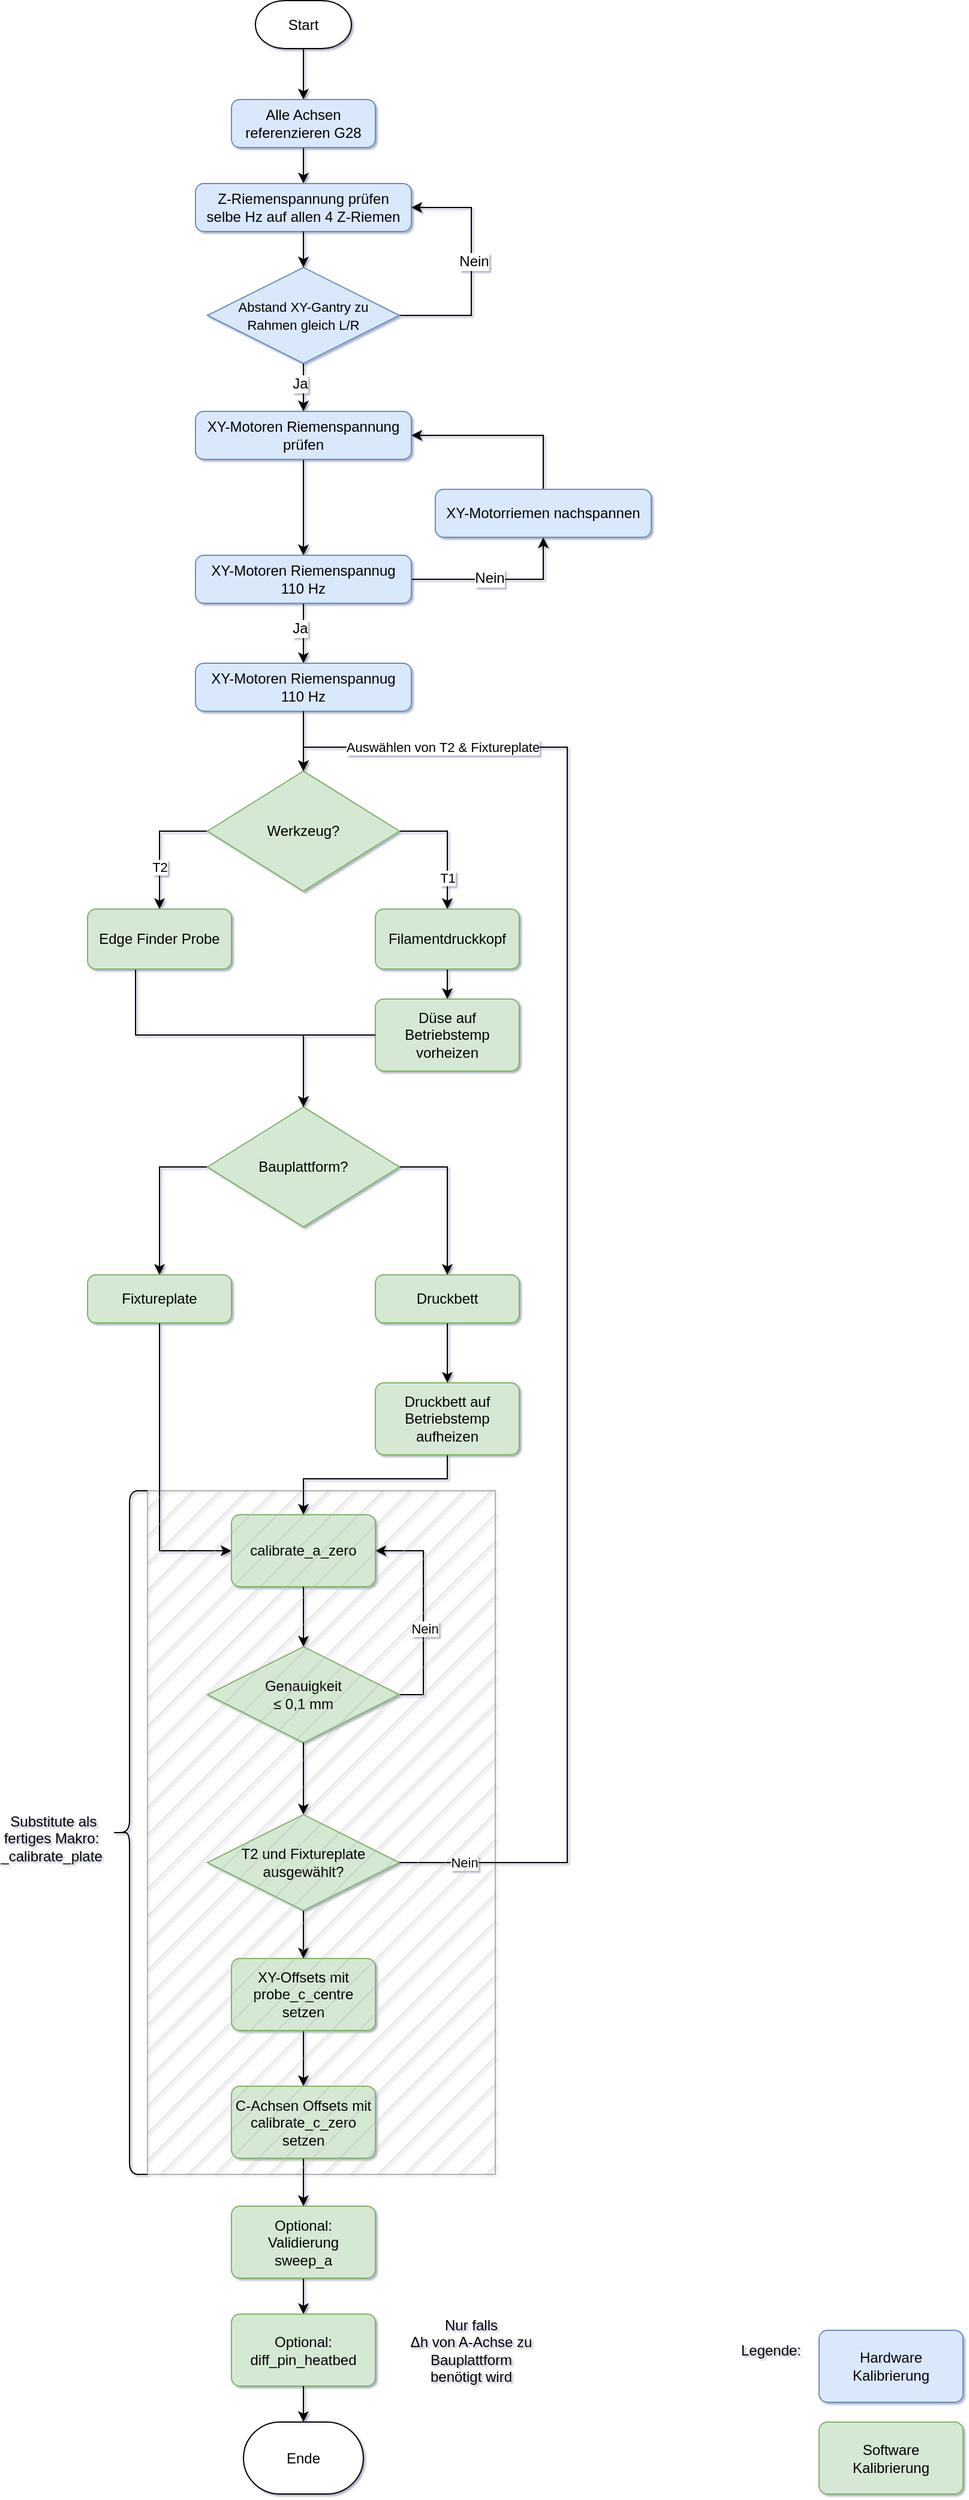
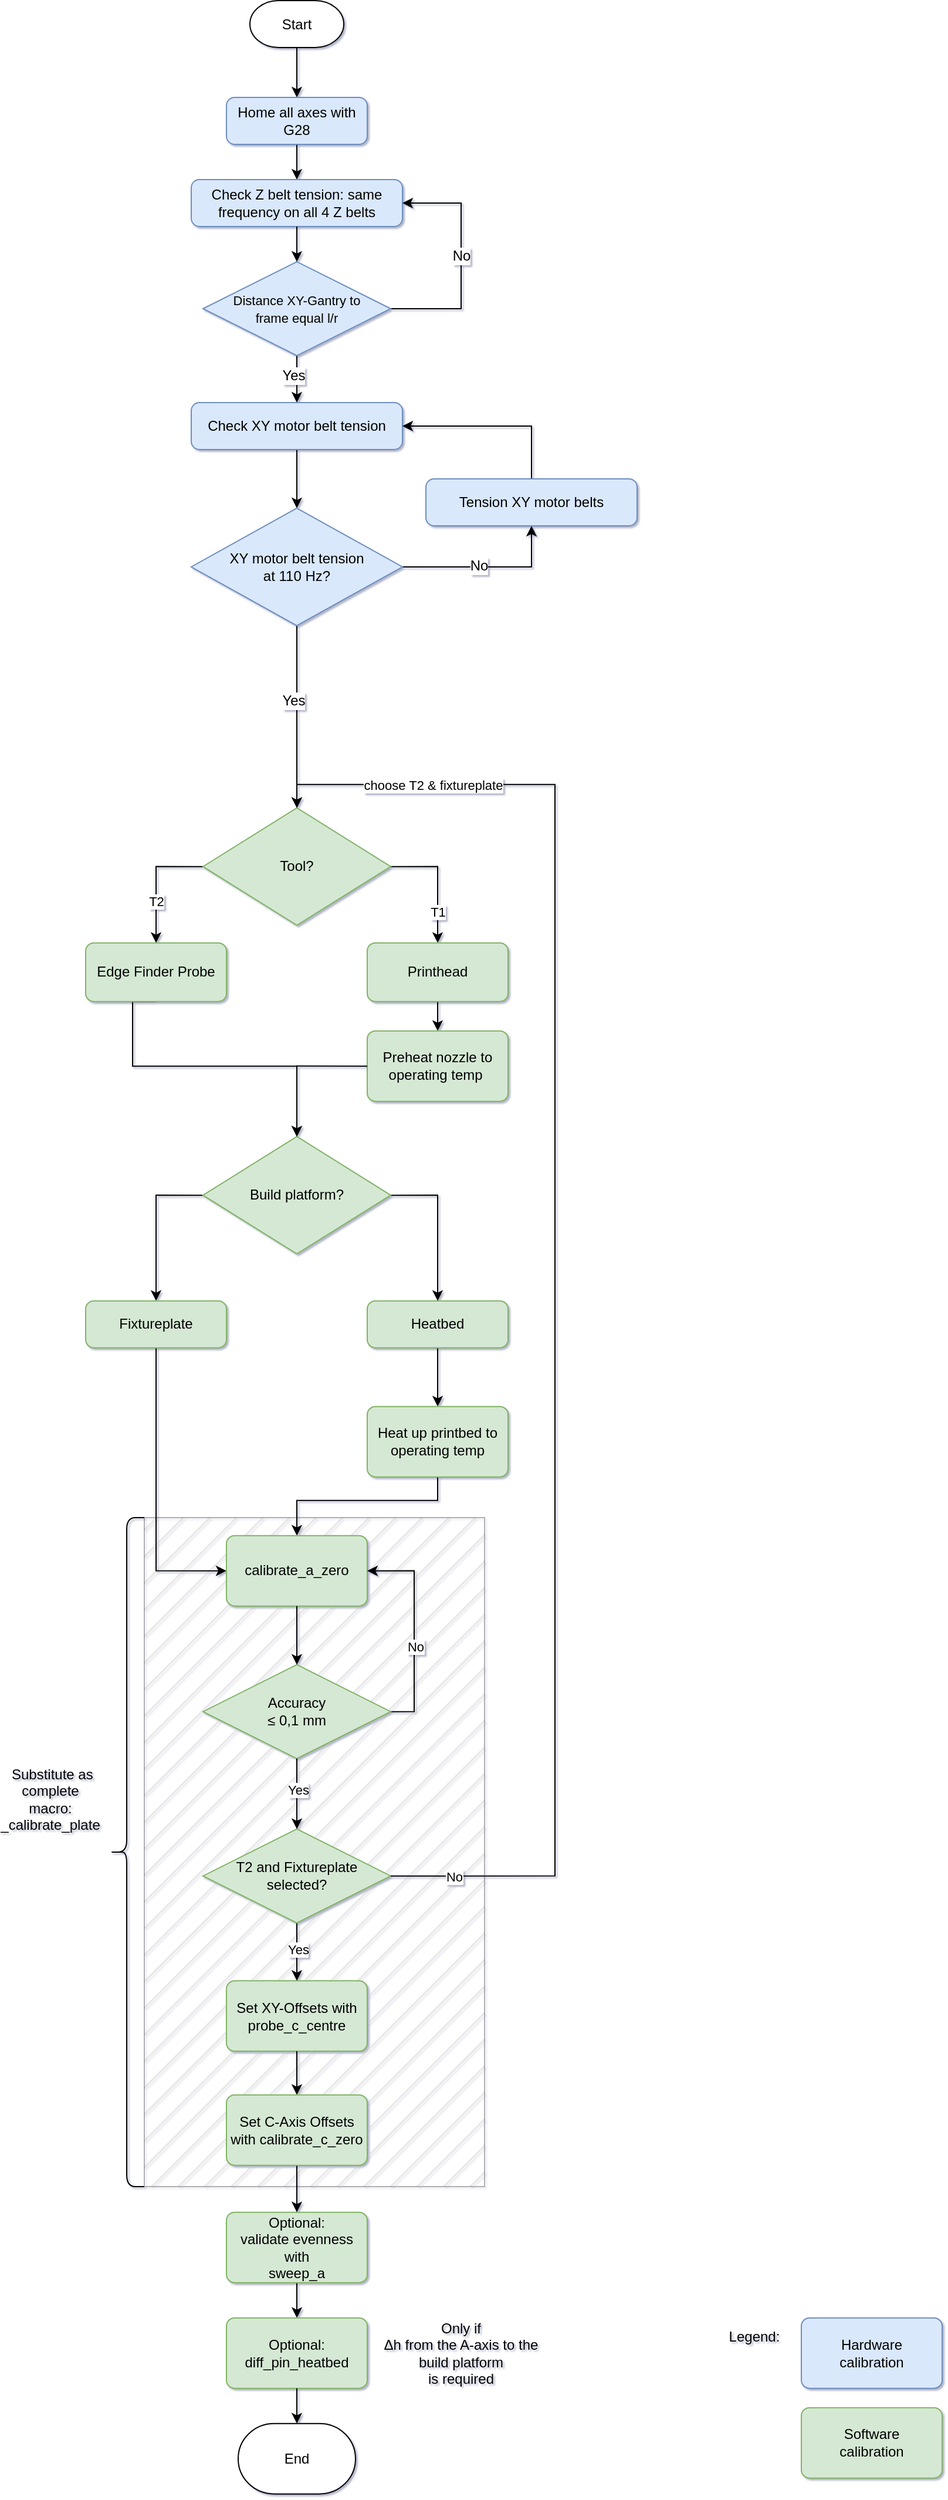
<mxfile host="app.diagrams.net" agent="5.0 (Windows NT 10.0; Win64; x64) AppleWebKit/537.36 (KHTML, like Gecko) Chrome/90.0.4430.212 Safari/537.36">
  <diagram name="Page-1" id="edf60f1a-56cd-e834-aa8a-f176f3a09ee4">
-     <mxGraphModel dx="1347" dy="740" grid="1" gridSize="10" guides="1" tooltips="1" connect="1" arrows="1" fold="1" page="1" pageScale="1" pageWidth="827" pageHeight="1169" background="none" math="0" shadow="1">
+     <mxGraphModel dx="1178" dy="648" grid="1" gridSize="10" guides="1" tooltips="1" connect="1" arrows="1" fold="1" page="1" pageScale="1" pageWidth="827" pageHeight="1169" background="none" math="0" shadow="1">
      <root>
        <mxCell id="0" />
        <mxCell id="1" parent="0" />
+         <mxCell id="FIi98QtTblRB16goCm3a-30" connectable="0" parent="1" style="group" value="" vertex="1">
+           <mxGeometry height="570" width="320" x="100" y="1370" as="geometry" />
+         </mxCell>
+         <mxCell id="FIi98QtTblRB16goCm3a-21" parent="FIi98QtTblRB16goCm3a-30" style="shape=curlyBracket;whiteSpace=wrap;html=1;rounded=1;labelPosition=left;verticalLabelPosition=middle;align=right;verticalAlign=middle;" value="" vertex="1">
+           <mxGeometry height="569.9999999999999" width="30" as="geometry" />
+         </mxCell>
+         <mxCell id="FIi98QtTblRB16goCm3a-29" parent="FIi98QtTblRB16goCm3a-30" style="whiteSpace=wrap;html=1;fillColor=#B3B3B3;fillStyle=hatch;gradientColor=none;opacity=30;noLabel=0;fixDash=0;container=0;dropTarget=0;" value="" vertex="1">
+           <mxGeometry height="569.9999999999999" width="290" x="30" as="geometry" />
+         </mxCell>
+         <mxCell id="yzWLUrRVBPCjE_x2O5sb-15" parent="FIi98QtTblRB16goCm3a-30" style="whiteSpace=wrap;html=1;strokeWidth=1;rounded=1;arcSize=14;absoluteArcSize=1;fillColor=#d5e8d4;strokeColor=#82b366;" value="Set XY-Offsets with&lt;div&gt;probe_c_centre&lt;/div&gt;" vertex="1">
+           <mxGeometry height="60" width="120" x="100" y="394.6700000000001" as="geometry" />
+         </mxCell>
        <mxCell id="6Rv4Ys9wquxRduYXBmIy-14" edge="1" parent="1" source="6Rv4Ys9wquxRduYXBmIy-1" style="edgeStyle=orthogonalEdgeStyle;rounded=0;orthogonalLoop=1;jettySize=auto;html=1;entryX=0.5;entryY=0;entryDx=0;entryDy=0;" target="_VjE9AJelsqWNRG-cR2B-2" value="">
          <mxGeometry relative="1" as="geometry">
            <mxPoint x="260" y="160" as="targetPoint" />
          </mxGeometry>
        </mxCell>
        <mxCell id="6Rv4Ys9wquxRduYXBmIy-1" parent="1" style="rounded=1;whiteSpace=wrap;html=1;strokeWidth=1;shape=mxgraph.flowchart.terminator;" value="Start" vertex="1">
          <mxGeometry height="40" width="80" x="220" y="77.5" as="geometry" />
        </mxCell>
        <mxCell id="_VjE9AJelsqWNRG-cR2B-6" edge="1" parent="1" source="_VjE9AJelsqWNRG-cR2B-2" style="edgeStyle=orthogonalEdgeStyle;rounded=0;orthogonalLoop=1;jettySize=auto;html=1;exitX=0.5;exitY=1;exitDx=0;exitDy=0;entryX=0.5;entryY=0;entryDx=0;entryDy=0;fontFamily=Helvetica;fontSize=12;fontColor=default;" target="_VjE9AJelsqWNRG-cR2B-5">
          <mxGeometry relative="1" as="geometry" />
        </mxCell>
-         <mxCell id="_VjE9AJelsqWNRG-cR2B-2" parent="1" style="rounded=1;whiteSpace=wrap;html=1;absoluteArcSize=1;arcSize=14;strokeWidth=1;strokeColor=#6c8ebf;align=center;verticalAlign=middle;fontFamily=Helvetica;fontSize=12;fillColor=#dae8fc;" value="Alle Achsen referenzieren G28" vertex="1">
+         <mxCell id="_VjE9AJelsqWNRG-cR2B-2" parent="1" style="rounded=1;whiteSpace=wrap;html=1;absoluteArcSize=1;arcSize=14;strokeWidth=1;strokeColor=#6c8ebf;align=center;verticalAlign=middle;fontFamily=Helvetica;fontSize=12;fillColor=#dae8fc;" value="Home all axes with G28" vertex="1">
          <mxGeometry height="40" width="120" x="200" y="160" as="geometry" />
        </mxCell>
-         <mxCell id="_VjE9AJelsqWNRG-cR2B-5" parent="1" style="rounded=1;whiteSpace=wrap;html=1;absoluteArcSize=1;arcSize=14;strokeWidth=1;strokeColor=#6c8ebf;align=center;verticalAlign=middle;fontFamily=Helvetica;fontSize=12;fillColor=#dae8fc;" value="Z-Riemenspannung prüfen&lt;div&gt;selbe Hz auf allen 4 Z-Riemen&lt;/div&gt;" vertex="1">
+         <mxCell id="_VjE9AJelsqWNRG-cR2B-5" parent="1" style="rounded=1;whiteSpace=wrap;html=1;absoluteArcSize=1;arcSize=14;strokeWidth=1;strokeColor=#6c8ebf;align=center;verticalAlign=middle;fontFamily=Helvetica;fontSize=12;fillColor=#dae8fc;" value="Check Z belt tension: same frequency on all 4 Z belts" vertex="1">
          <mxGeometry height="40" width="180" x="170" y="230" as="geometry" />
        </mxCell>
        <mxCell id="_VjE9AJelsqWNRG-cR2B-9" edge="1" parent="1" source="_VjE9AJelsqWNRG-cR2B-7" style="edgeStyle=orthogonalEdgeStyle;rounded=0;orthogonalLoop=1;jettySize=auto;html=1;exitX=1;exitY=0.5;exitDx=0;exitDy=0;exitPerimeter=0;entryX=1;entryY=0.5;entryDx=0;entryDy=0;fontFamily=Helvetica;fontSize=12;fontColor=default;" target="_VjE9AJelsqWNRG-cR2B-5">
          <mxGeometry relative="1" as="geometry">
            <Array as="points">
              <mxPoint x="400" y="340" />
              <mxPoint x="400" y="250" />
            </Array>
          </mxGeometry>
        </mxCell>
-         <mxCell id="_VjE9AJelsqWNRG-cR2B-10" connectable="0" parent="_VjE9AJelsqWNRG-cR2B-9" style="edgeLabel;html=1;align=center;verticalAlign=middle;resizable=0;points=[];rounded=1;strokeColor=default;strokeWidth=1;arcSize=14;absoluteArcSize=1;fontFamily=Helvetica;fontSize=12;fontColor=default;fillColor=default;" value="Nein" vertex="1">
+         <mxCell id="_VjE9AJelsqWNRG-cR2B-10" connectable="0" parent="_VjE9AJelsqWNRG-cR2B-9" style="edgeLabel;html=1;align=center;verticalAlign=middle;resizable=0;points=[];rounded=1;strokeColor=default;strokeWidth=1;arcSize=14;absoluteArcSize=1;fontFamily=Helvetica;fontSize=12;fontColor=default;fillColor=default;" value="No" vertex="1">
          <mxGeometry relative="1" x="0.0496" y="-2" as="geometry">
-             <mxPoint as="offset" />
+             <mxPoint x="-2" as="offset" />
          </mxGeometry>
        </mxCell>
        <mxCell id="_VjE9AJelsqWNRG-cR2B-12" edge="1" parent="1" source="_VjE9AJelsqWNRG-cR2B-7" style="edgeStyle=orthogonalEdgeStyle;rounded=0;orthogonalLoop=1;jettySize=auto;html=1;exitX=0.5;exitY=1;exitDx=0;exitDy=0;exitPerimeter=0;entryX=0.5;entryY=0;entryDx=0;entryDy=0;fontFamily=Helvetica;fontSize=12;fontColor=default;" target="_VjE9AJelsqWNRG-cR2B-16">
          <mxGeometry relative="1" as="geometry">
            <mxPoint x="260" y="430" as="targetPoint" />
          </mxGeometry>
        </mxCell>
-         <mxCell id="_VjE9AJelsqWNRG-cR2B-14" connectable="0" parent="_VjE9AJelsqWNRG-cR2B-12" style="edgeLabel;html=1;align=center;verticalAlign=middle;resizable=0;points=[];rounded=1;strokeColor=default;strokeWidth=1;arcSize=14;absoluteArcSize=1;fontFamily=Helvetica;fontSize=12;fontColor=default;fillColor=default;" value="Ja" vertex="1">
+         <mxCell id="_VjE9AJelsqWNRG-cR2B-14" connectable="0" parent="_VjE9AJelsqWNRG-cR2B-12" style="edgeLabel;html=1;align=center;verticalAlign=middle;resizable=0;points=[];rounded=1;strokeColor=default;strokeWidth=1;arcSize=14;absoluteArcSize=1;fontFamily=Helvetica;fontSize=12;fontColor=default;fillColor=default;" value="Yes" vertex="1">
          <mxGeometry relative="1" x="-0.1467" y="-3" as="geometry">
            <mxPoint as="offset" />
          </mxGeometry>
        </mxCell>
-         <mxCell id="_VjE9AJelsqWNRG-cR2B-7" parent="1" style="strokeWidth=1;html=1;shape=mxgraph.flowchart.decision;whiteSpace=wrap;rounded=1;strokeColor=#6c8ebf;align=center;verticalAlign=middle;arcSize=14;absoluteArcSize=1;fontFamily=Helvetica;fontSize=12;fillColor=#dae8fc;" value="&lt;font style=&quot;font-size: 11px;&quot;&gt;Abstand XY-Gantry zu&lt;br&gt;Rahmen gleich L/R&lt;/font&gt;" vertex="1">
+         <mxCell id="_VjE9AJelsqWNRG-cR2B-7" parent="1" style="strokeWidth=1;html=1;shape=mxgraph.flowchart.decision;whiteSpace=wrap;rounded=1;strokeColor=#6c8ebf;align=center;verticalAlign=middle;arcSize=14;absoluteArcSize=1;fontFamily=Helvetica;fontSize=12;fillColor=#dae8fc;" value="&lt;span style=&quot;font-size: 11px;&quot;&gt;Distance XY-Gantry to&lt;br&gt;frame equal l/r&lt;br&gt;&lt;/span&gt;" vertex="1">
          <mxGeometry height="80" width="160" x="180" y="300" as="geometry" />
        </mxCell>
        <mxCell id="_VjE9AJelsqWNRG-cR2B-8" edge="1" parent="1" source="_VjE9AJelsqWNRG-cR2B-5" style="edgeStyle=orthogonalEdgeStyle;rounded=0;orthogonalLoop=1;jettySize=auto;html=1;exitX=0.5;exitY=1;exitDx=0;exitDy=0;entryX=0.5;entryY=0;entryDx=0;entryDy=0;entryPerimeter=0;fontFamily=Helvetica;fontSize=12;fontColor=default;" target="_VjE9AJelsqWNRG-cR2B-7">
          <mxGeometry relative="1" as="geometry" />
        </mxCell>
        <mxCell id="_VjE9AJelsqWNRG-cR2B-20" edge="1" parent="1" source="_VjE9AJelsqWNRG-cR2B-16" style="edgeStyle=orthogonalEdgeStyle;rounded=0;orthogonalLoop=1;jettySize=auto;html=1;fontFamily=Helvetica;fontSize=12;fontColor=default;" target="_VjE9AJelsqWNRG-cR2B-19" value="">
          <mxGeometry relative="1" as="geometry" />
        </mxCell>
-         <mxCell id="_VjE9AJelsqWNRG-cR2B-16" parent="1" style="rounded=1;whiteSpace=wrap;html=1;absoluteArcSize=1;arcSize=14;strokeWidth=1;strokeColor=#6c8ebf;align=center;verticalAlign=middle;fontFamily=Helvetica;fontSize=12;fillColor=#dae8fc;" value="XY-Motoren Riemenspannung prüfen" vertex="1">
+         <mxCell id="_VjE9AJelsqWNRG-cR2B-16" parent="1" style="rounded=1;whiteSpace=wrap;html=1;absoluteArcSize=1;arcSize=14;strokeWidth=1;strokeColor=#6c8ebf;align=center;verticalAlign=middle;fontFamily=Helvetica;fontSize=12;fillColor=#dae8fc;" value="Check XY motor belt tension" vertex="1">
          <mxGeometry height="40" width="180" x="170" y="420" as="geometry" />
        </mxCell>
        <mxCell id="_VjE9AJelsqWNRG-cR2B-23" edge="1" parent="1" source="_VjE9AJelsqWNRG-cR2B-19" style="edgeStyle=orthogonalEdgeStyle;rounded=0;orthogonalLoop=1;jettySize=auto;html=1;fontFamily=Helvetica;fontSize=12;fontColor=default;entryX=0.5;entryY=1;entryDx=0;entryDy=0;" target="_VjE9AJelsqWNRG-cR2B-22" value="">
          <mxGeometry relative="1" as="geometry" />
        </mxCell>
-         <mxCell id="_VjE9AJelsqWNRG-cR2B-25" connectable="0" parent="_VjE9AJelsqWNRG-cR2B-23" style="edgeLabel;html=1;align=center;verticalAlign=middle;resizable=0;points=[];rounded=1;strokeColor=default;strokeWidth=1;arcSize=14;absoluteArcSize=1;fontFamily=Helvetica;fontSize=12;fontColor=default;fillColor=default;" value="Nein" vertex="1">
+         <mxCell id="_VjE9AJelsqWNRG-cR2B-25" connectable="0" parent="_VjE9AJelsqWNRG-cR2B-23" style="edgeLabel;html=1;align=center;verticalAlign=middle;resizable=0;points=[];rounded=1;strokeColor=default;strokeWidth=1;arcSize=14;absoluteArcSize=1;fontFamily=Helvetica;fontSize=12;fontColor=default;fillColor=default;" value="No" vertex="1">
          <mxGeometry relative="1" x="-0.1088" y="1" as="geometry">
            <mxPoint as="offset" />
          </mxGeometry>
        </mxCell>
-         <mxCell id="_VjE9AJelsqWNRG-cR2B-27" edge="1" parent="1" source="_VjE9AJelsqWNRG-cR2B-19" style="edgeStyle=orthogonalEdgeStyle;rounded=0;orthogonalLoop=1;jettySize=auto;html=1;fontFamily=Helvetica;fontSize=12;fontColor=default;" target="_VjE9AJelsqWNRG-cR2B-26" value="">
-           <mxGeometry relative="1" as="geometry" />
-         </mxCell>
-         <mxCell id="_VjE9AJelsqWNRG-cR2B-28" connectable="0" parent="_VjE9AJelsqWNRG-cR2B-27" style="edgeLabel;html=1;align=center;verticalAlign=middle;resizable=0;points=[];rounded=1;strokeColor=default;strokeWidth=1;arcSize=14;absoluteArcSize=1;fontFamily=Helvetica;fontSize=12;fontColor=default;fillColor=default;" value="Ja" vertex="1">
+         <mxCell id="_VjE9AJelsqWNRG-cR2B-27" edge="1" parent="1" source="_VjE9AJelsqWNRG-cR2B-19" style="edgeStyle=orthogonalEdgeStyle;rounded=0;orthogonalLoop=1;jettySize=auto;html=1;fontFamily=Helvetica;fontSize=12;fontColor=default;entryX=0.5;entryY=0;entryDx=0;entryDy=0;entryPerimeter=0;" target="_VjE9AJelsqWNRG-cR2B-31" value="">
+           <mxGeometry relative="1" as="geometry">
+             <mxPoint x="260" y="675.3299999999999" as="targetPoint" />
+           </mxGeometry>
+         </mxCell>
+         <mxCell id="_VjE9AJelsqWNRG-cR2B-28" connectable="0" parent="_VjE9AJelsqWNRG-cR2B-27" style="edgeLabel;html=1;align=center;verticalAlign=middle;resizable=0;points=[];rounded=1;strokeColor=default;strokeWidth=1;arcSize=14;absoluteArcSize=1;fontFamily=Helvetica;fontSize=12;fontColor=default;fillColor=default;" value="Yes" vertex="1">
          <mxGeometry relative="1" x="-0.176" y="-3" as="geometry">
            <mxPoint as="offset" />
          </mxGeometry>
        </mxCell>
-         <mxCell id="_VjE9AJelsqWNRG-cR2B-19" parent="1" style="rounded=1;whiteSpace=wrap;html=1;absoluteArcSize=1;arcSize=14;strokeWidth=1;strokeColor=#6c8ebf;align=center;verticalAlign=middle;fontFamily=Helvetica;fontSize=12;fillColor=#dae8fc;" value="XY-Motoren Riemenspannug&lt;div&gt;110 Hz&lt;/div&gt;" vertex="1">
-           <mxGeometry height="40" width="180" x="170" y="540" as="geometry" />
+         <mxCell id="_VjE9AJelsqWNRG-cR2B-19" parent="1" style="rounded=1;whiteSpace=wrap;html=1;absoluteArcSize=1;arcSize=14;strokeWidth=1;strokeColor=#6c8ebf;align=center;verticalAlign=middle;fontFamily=Helvetica;fontSize=12;fillColor=#dae8fc;shape=mxgraph.flowchart.decision;" value="XY motor belt tension&lt;br&gt;at 110 Hz?" vertex="1">
+           <mxGeometry height="100" width="180" x="170" y="510" as="geometry" />
        </mxCell>
        <mxCell id="_VjE9AJelsqWNRG-cR2B-24" edge="1" parent="1" source="_VjE9AJelsqWNRG-cR2B-22" style="edgeStyle=orthogonalEdgeStyle;rounded=0;orthogonalLoop=1;jettySize=auto;html=1;exitX=0.5;exitY=0;exitDx=0;exitDy=0;entryX=1;entryY=0.5;entryDx=0;entryDy=0;fontFamily=Helvetica;fontSize=12;fontColor=default;" target="_VjE9AJelsqWNRG-cR2B-16">
          <mxGeometry relative="1" as="geometry" />
        </mxCell>
-         <mxCell id="_VjE9AJelsqWNRG-cR2B-22" parent="1" style="rounded=1;whiteSpace=wrap;html=1;absoluteArcSize=1;arcSize=14;strokeWidth=1;strokeColor=#6c8ebf;align=center;verticalAlign=middle;fontFamily=Helvetica;fontSize=12;fillColor=#dae8fc;" value="XY-Motorriemen nachspannen" vertex="1">
+         <mxCell id="_VjE9AJelsqWNRG-cR2B-22" parent="1" style="rounded=1;whiteSpace=wrap;html=1;absoluteArcSize=1;arcSize=14;strokeWidth=1;strokeColor=#6c8ebf;align=center;verticalAlign=middle;fontFamily=Helvetica;fontSize=12;fillColor=#dae8fc;" value="Tension XY motor belts" vertex="1">
          <mxGeometry height="40" width="180" x="370" y="485" as="geometry" />
-         </mxCell>
-         <mxCell id="_VjE9AJelsqWNRG-cR2B-26" parent="1" style="rounded=1;whiteSpace=wrap;html=1;absoluteArcSize=1;arcSize=14;strokeWidth=1;strokeColor=#6c8ebf;align=center;verticalAlign=middle;fontFamily=Helvetica;fontSize=12;fillColor=#dae8fc;" value="XY-Motoren Riemenspannug&lt;div&gt;110 Hz&lt;/div&gt;" vertex="1">
-           <mxGeometry height="40" width="180" x="170" y="630" as="geometry" />
        </mxCell>
        <mxCell id="yzWLUrRVBPCjE_x2O5sb-3" edge="1" parent="1" source="_VjE9AJelsqWNRG-cR2B-31" style="edgeStyle=orthogonalEdgeStyle;rounded=0;orthogonalLoop=1;jettySize=auto;html=1;exitX=0;exitY=0.5;exitDx=0;exitDy=0;exitPerimeter=0;entryX=0.5;entryY=0;entryDx=0;entryDy=0;" target="_VjE9AJelsqWNRG-cR2B-47">
          <mxGeometry relative="1" as="geometry" />
        </mxCell>
        <mxCell id="yzWLUrRVBPCjE_x2O5sb-6" connectable="0" parent="yzWLUrRVBPCjE_x2O5sb-3" style="edgeLabel;html=1;align=center;verticalAlign=middle;resizable=0;points=[];" value="T2" vertex="1">
          <mxGeometry relative="1" x="0.0798" y="-2" as="geometry">
            <mxPoint x="2" y="13" as="offset" />
          </mxGeometry>
        </mxCell>
        <mxCell id="yzWLUrRVBPCjE_x2O5sb-4" edge="1" parent="1" source="_VjE9AJelsqWNRG-cR2B-31" style="edgeStyle=orthogonalEdgeStyle;rounded=0;orthogonalLoop=1;jettySize=auto;html=1;exitX=1;exitY=0.5;exitDx=0;exitDy=0;exitPerimeter=0;entryX=0.5;entryY=0;entryDx=0;entryDy=0;" target="_VjE9AJelsqWNRG-cR2B-33">
          <mxGeometry relative="1" as="geometry" />
        </mxCell>
        <mxCell id="yzWLUrRVBPCjE_x2O5sb-5" connectable="0" parent="yzWLUrRVBPCjE_x2O5sb-4" style="edgeLabel;html=1;align=center;verticalAlign=middle;resizable=0;points=[];" value="T1" vertex="1">
          <mxGeometry relative="1" x="0.1738" y="2" as="geometry">
            <mxPoint x="-2" y="17" as="offset" />
          </mxGeometry>
        </mxCell>
-         <mxCell id="_VjE9AJelsqWNRG-cR2B-31" parent="1" style="strokeWidth=1;html=1;shape=mxgraph.flowchart.decision;whiteSpace=wrap;rounded=1;align=center;verticalAlign=middle;arcSize=14;absoluteArcSize=1;fontFamily=Helvetica;fontSize=12;fillColor=#d5e8d4;strokeColor=#82b366;" value="Werkzeug?" vertex="1">
-           <mxGeometry height="100" width="160" x="180" y="720" as="geometry" />
-         </mxCell>
-         <mxCell id="_VjE9AJelsqWNRG-cR2B-32" edge="1" parent="1" source="_VjE9AJelsqWNRG-cR2B-26" style="edgeStyle=orthogonalEdgeStyle;rounded=0;orthogonalLoop=1;jettySize=auto;html=1;exitX=0.5;exitY=1;exitDx=0;exitDy=0;entryX=0.5;entryY=0;entryDx=0;entryDy=0;entryPerimeter=0;fontFamily=Helvetica;fontSize=12;fontColor=default;" target="_VjE9AJelsqWNRG-cR2B-31">
-           <mxGeometry relative="1" as="geometry" />
+         <mxCell id="_VjE9AJelsqWNRG-cR2B-31" parent="1" style="strokeWidth=1;html=1;shape=mxgraph.flowchart.decision;whiteSpace=wrap;rounded=1;align=center;verticalAlign=middle;arcSize=14;absoluteArcSize=1;fontFamily=Helvetica;fontSize=12;fillColor=#d5e8d4;strokeColor=#82b366;" value="Tool?" vertex="1">
+           <mxGeometry height="100" width="160" x="180" y="765.33" as="geometry" />
        </mxCell>
        <mxCell id="yzWLUrRVBPCjE_x2O5sb-7" edge="1" parent="1" source="_VjE9AJelsqWNRG-cR2B-33" style="edgeStyle=orthogonalEdgeStyle;rounded=0;orthogonalLoop=1;jettySize=auto;html=1;exitX=0.5;exitY=1;exitDx=0;exitDy=0;entryX=0.5;entryY=0;entryDx=0;entryDy=0;" target="_VjE9AJelsqWNRG-cR2B-52">
          <mxGeometry relative="1" as="geometry" />
        </mxCell>
-         <mxCell id="_VjE9AJelsqWNRG-cR2B-33" parent="1" style="whiteSpace=wrap;html=1;strokeWidth=1;rounded=1;arcSize=14;absoluteArcSize=1;fillColor=#d5e8d4;strokeColor=#82b366;" value="Filamentdruckkopf" vertex="1">
-           <mxGeometry height="50" width="120" x="320" y="835" as="geometry" />
+         <mxCell id="_VjE9AJelsqWNRG-cR2B-33" parent="1" style="whiteSpace=wrap;html=1;strokeWidth=1;rounded=1;arcSize=14;absoluteArcSize=1;fillColor=#d5e8d4;strokeColor=#82b366;" value="Printhead" vertex="1">
+           <mxGeometry height="50" width="120" x="320" y="880.33" as="geometry" />
        </mxCell>
        <mxCell id="-hY4OvKay7_CAMQPIOxO-2" edge="1" parent="1" source="_VjE9AJelsqWNRG-cR2B-36" style="edgeStyle=orthogonalEdgeStyle;rounded=0;orthogonalLoop=1;jettySize=auto;html=1;" target="-hY4OvKay7_CAMQPIOxO-1" value="">
          <mxGeometry relative="1" as="geometry" />
        </mxCell>
-         <mxCell id="_VjE9AJelsqWNRG-cR2B-36" parent="1" style="whiteSpace=wrap;html=1;strokeWidth=1;rounded=1;arcSize=14;absoluteArcSize=1;fillColor=#d5e8d4;strokeColor=#82b366;" value="Druckbett" vertex="1">
-           <mxGeometry height="40" width="120" x="320" y="1140" as="geometry" />
+         <mxCell id="_VjE9AJelsqWNRG-cR2B-36" parent="1" style="whiteSpace=wrap;html=1;strokeWidth=1;rounded=1;arcSize=14;absoluteArcSize=1;fillColor=#d5e8d4;strokeColor=#82b366;" value="Heatbed" vertex="1">
+           <mxGeometry height="40" width="120" x="320" y="1185.33" as="geometry" />
        </mxCell>
        <mxCell id="_VjE9AJelsqWNRG-cR2B-73" edge="1" parent="1" source="_VjE9AJelsqWNRG-cR2B-42" style="edgeStyle=orthogonalEdgeStyle;rounded=0;orthogonalLoop=1;jettySize=auto;html=1;exitX=1;exitY=0.5;exitDx=0;exitDy=0;exitPerimeter=0;entryX=0.5;entryY=0;entryDx=0;entryDy=0;fontFamily=Helvetica;fontSize=12;fontColor=default;" target="_VjE9AJelsqWNRG-cR2B-36">
          <mxGeometry relative="1" as="geometry" />
        </mxCell>
        <mxCell id="_VjE9AJelsqWNRG-cR2B-74" edge="1" parent="1" source="_VjE9AJelsqWNRG-cR2B-42" style="edgeStyle=orthogonalEdgeStyle;rounded=0;orthogonalLoop=1;jettySize=auto;html=1;exitX=0;exitY=0.5;exitDx=0;exitDy=0;exitPerimeter=0;entryX=0.5;entryY=0;entryDx=0;entryDy=0;fontFamily=Helvetica;fontSize=12;fontColor=default;" target="_VjE9AJelsqWNRG-cR2B-45">
          <mxGeometry relative="1" as="geometry" />
        </mxCell>
-         <mxCell id="_VjE9AJelsqWNRG-cR2B-42" parent="1" style="strokeWidth=1;html=1;shape=mxgraph.flowchart.decision;whiteSpace=wrap;rounded=1;align=center;verticalAlign=middle;arcSize=14;absoluteArcSize=1;fontFamily=Helvetica;fontSize=12;fillColor=#d5e8d4;strokeColor=#82b366;" value="Bauplattform?" vertex="1">
-           <mxGeometry height="100" width="160" x="180" y="1000" as="geometry" />
+         <mxCell id="_VjE9AJelsqWNRG-cR2B-42" parent="1" style="strokeWidth=1;html=1;shape=mxgraph.flowchart.decision;whiteSpace=wrap;rounded=1;align=center;verticalAlign=middle;arcSize=14;absoluteArcSize=1;fontFamily=Helvetica;fontSize=12;fillColor=#d5e8d4;strokeColor=#82b366;" value="Build platform?" vertex="1">
+           <mxGeometry height="100" width="160" x="180" y="1045.33" as="geometry" />
        </mxCell>
        <mxCell id="yzWLUrRVBPCjE_x2O5sb-12" edge="1" parent="1" source="_VjE9AJelsqWNRG-cR2B-45" style="edgeStyle=orthogonalEdgeStyle;rounded=0;orthogonalLoop=1;jettySize=auto;html=1;entryX=0;entryY=0.5;entryDx=0;entryDy=0;" target="-hY4OvKay7_CAMQPIOxO-3" value="">
          <mxGeometry relative="1" as="geometry">
-             <mxPoint x="140" y="1230" as="targetPoint" />
+             <mxPoint x="140" y="1275.33" as="targetPoint" />
          </mxGeometry>
        </mxCell>
        <mxCell id="_VjE9AJelsqWNRG-cR2B-45" parent="1" style="whiteSpace=wrap;html=1;strokeWidth=1;rounded=1;arcSize=14;absoluteArcSize=1;fillColor=#d5e8d4;strokeColor=#82b366;" value="Fixtureplate" vertex="1">
-           <mxGeometry height="40" width="120" x="80" y="1140" as="geometry" />
+           <mxGeometry height="40" width="120" x="80" y="1185.33" as="geometry" />
        </mxCell>
        <mxCell id="yzWLUrRVBPCjE_x2O5sb-10" edge="1" parent="1" source="_VjE9AJelsqWNRG-cR2B-47" style="edgeStyle=orthogonalEdgeStyle;rounded=0;orthogonalLoop=1;jettySize=auto;html=1;exitX=0.5;exitY=1;exitDx=0;exitDy=0;">
          <mxGeometry relative="1" as="geometry">
            <Array as="points">
-               <mxPoint x="120" y="940" />
-               <mxPoint x="260" y="940" />
-             </Array>
-             <mxPoint x="260" y="1000" as="targetPoint" />
+               <mxPoint x="120" y="985.33" />
+               <mxPoint x="260" y="985.33" />
+             </Array>
+             <mxPoint x="260" y="1045.33" as="targetPoint" />
          </mxGeometry>
        </mxCell>
        <mxCell id="_VjE9AJelsqWNRG-cR2B-47" parent="1" style="whiteSpace=wrap;html=1;strokeWidth=1;rounded=1;arcSize=14;absoluteArcSize=1;fillColor=#d5e8d4;strokeColor=#82b366;" value="Edge Finder Probe" vertex="1">
-           <mxGeometry height="50" width="120" x="80" y="835" as="geometry" />
-         </mxCell>
-         <mxCell id="_VjE9AJelsqWNRG-cR2B-52" parent="1" style="whiteSpace=wrap;html=1;strokeWidth=1;rounded=1;arcSize=14;absoluteArcSize=1;fillColor=#d5e8d4;strokeColor=#82b366;" value="Düse auf Betriebstemp vorheizen" vertex="1">
-           <mxGeometry height="60" width="120" x="320" y="910" as="geometry" />
+           <mxGeometry height="50" width="120" x="80" y="880.33" as="geometry" />
+         </mxCell>
+         <mxCell id="_VjE9AJelsqWNRG-cR2B-52" parent="1" style="whiteSpace=wrap;html=1;strokeWidth=1;rounded=1;arcSize=14;absoluteArcSize=1;fillColor=#d5e8d4;strokeColor=#82b366;" value="Preheat nozzle to operating temp&amp;nbsp;" vertex="1">
+           <mxGeometry height="60" width="120" x="320" y="955.33" as="geometry" />
        </mxCell>
        <mxCell id="yzWLUrRVBPCjE_x2O5sb-14" edge="1" parent="1" source="-hY4OvKay7_CAMQPIOxO-1" style="edgeStyle=orthogonalEdgeStyle;rounded=0;orthogonalLoop=1;jettySize=auto;html=1;exitX=0.5;exitY=1;exitDx=0;exitDy=0;entryX=0.5;entryY=0;entryDx=0;entryDy=0;" target="-hY4OvKay7_CAMQPIOxO-3">
          <mxGeometry relative="1" as="geometry">
            <Array as="points">
-               <mxPoint x="380" y="1310" />
-               <mxPoint x="260" y="1310" />
-             </Array>
-           </mxGeometry>
-         </mxCell>
-         <mxCell id="-hY4OvKay7_CAMQPIOxO-1" parent="1" style="whiteSpace=wrap;html=1;strokeWidth=1;rounded=1;arcSize=14;absoluteArcSize=1;fillColor=#d5e8d4;strokeColor=#82b366;" value="Druckbett auf Betriebstemp&lt;br&gt;aufheizen" vertex="1">
-           <mxGeometry height="60" width="120" x="320" y="1230" as="geometry" />
+               <mxPoint x="380" y="1355.33" />
+               <mxPoint x="260" y="1355.33" />
+             </Array>
+           </mxGeometry>
+         </mxCell>
+         <mxCell id="-hY4OvKay7_CAMQPIOxO-1" parent="1" style="whiteSpace=wrap;html=1;strokeWidth=1;rounded=1;arcSize=14;absoluteArcSize=1;fillColor=#d5e8d4;strokeColor=#82b366;" value="Heat up printbed to operating temp" vertex="1">
+           <mxGeometry height="60" width="120" x="320" y="1275.33" as="geometry" />
        </mxCell>
        <mxCell id="-hY4OvKay7_CAMQPIOxO-3" parent="1" style="whiteSpace=wrap;html=1;strokeWidth=1;rounded=1;arcSize=14;absoluteArcSize=1;fillColor=#d5e8d4;strokeColor=#82b366;" value="calibrate_a_zero" vertex="1">
-           <mxGeometry height="60" width="120" x="200" y="1340" as="geometry" />
+           <mxGeometry height="60" width="120" x="200" y="1385.33" as="geometry" />
        </mxCell>
        <mxCell id="-hY4OvKay7_CAMQPIOxO-7" edge="1" parent="1" source="-hY4OvKay7_CAMQPIOxO-5" style="edgeStyle=orthogonalEdgeStyle;rounded=0;orthogonalLoop=1;jettySize=auto;html=1;exitX=1;exitY=0.5;exitDx=0;exitDy=0;exitPerimeter=0;entryX=1;entryY=0.5;entryDx=0;entryDy=0;" target="-hY4OvKay7_CAMQPIOxO-3">
          <mxGeometry relative="1" as="geometry" />
        </mxCell>
-         <mxCell id="-hY4OvKay7_CAMQPIOxO-8" connectable="0" parent="-hY4OvKay7_CAMQPIOxO-7" style="edgeLabel;html=1;align=center;verticalAlign=middle;resizable=0;points=[];" value="Nein" vertex="1">
+         <mxCell id="-hY4OvKay7_CAMQPIOxO-8" connectable="0" parent="-hY4OvKay7_CAMQPIOxO-7" style="edgeLabel;html=1;align=center;verticalAlign=middle;resizable=0;points=[];" value="No" vertex="1">
          <mxGeometry relative="1" x="-0.1603" y="-1" as="geometry">
            <mxPoint as="offset" />
          </mxGeometry>
        </mxCell>
-         <mxCell id="-hY4OvKay7_CAMQPIOxO-5" parent="1" style="strokeWidth=1;html=1;shape=mxgraph.flowchart.decision;whiteSpace=wrap;rounded=1;align=center;verticalAlign=middle;arcSize=14;absoluteArcSize=1;fontFamily=Helvetica;fontSize=12;fillColor=#d5e8d4;strokeColor=#82b366;" value="Genauigkeit&lt;br&gt;≤ 0,1 mm" vertex="1">
-           <mxGeometry height="80" width="160" x="180" y="1450" as="geometry" />
+         <mxCell id="-hY4OvKay7_CAMQPIOxO-5" parent="1" style="strokeWidth=1;html=1;shape=mxgraph.flowchart.decision;whiteSpace=wrap;rounded=1;align=center;verticalAlign=middle;arcSize=14;absoluteArcSize=1;fontFamily=Helvetica;fontSize=12;fillColor=#d5e8d4;strokeColor=#82b366;" value="Accuracy&lt;br&gt;≤ 0,1 mm" vertex="1">
+           <mxGeometry height="80" width="160" x="180" y="1495.33" as="geometry" />
        </mxCell>
        <mxCell id="-hY4OvKay7_CAMQPIOxO-6" edge="1" parent="1" source="-hY4OvKay7_CAMQPIOxO-3" style="edgeStyle=orthogonalEdgeStyle;rounded=0;orthogonalLoop=1;jettySize=auto;html=1;exitX=0.5;exitY=1;exitDx=0;exitDy=0;entryX=0.5;entryY=0;entryDx=0;entryDy=0;entryPerimeter=0;" target="-hY4OvKay7_CAMQPIOxO-5">
          <mxGeometry relative="1" as="geometry" />
        </mxCell>
        <mxCell id="FIi98QtTblRB16goCm3a-5" edge="1" parent="1" source="-hY4OvKay7_CAMQPIOxO-9" style="edgeStyle=orthogonalEdgeStyle;rounded=0;orthogonalLoop=1;jettySize=auto;html=1;exitX=0.5;exitY=1;exitDx=0;exitDy=0;entryX=0.5;entryY=0;entryDx=0;entryDy=0;" target="FIi98QtTblRB16goCm3a-4">
          <mxGeometry relative="1" as="geometry" />
        </mxCell>
-         <mxCell id="-hY4OvKay7_CAMQPIOxO-9" parent="1" style="whiteSpace=wrap;html=1;strokeWidth=1;rounded=1;arcSize=14;absoluteArcSize=1;fillColor=#d5e8d4;strokeColor=#82b366;" value="Optional: &lt;br&gt;Validierung&lt;br&gt;sweep_a" vertex="1">
-           <mxGeometry height="60" width="120" x="200" y="1916.5" as="geometry" />
-         </mxCell>
-         <mxCell id="-hY4OvKay7_CAMQPIOxO-11" parent="1" style="strokeWidth=1;html=1;shape=mxgraph.flowchart.terminator;whiteSpace=wrap;" value="Ende" vertex="1">
-           <mxGeometry height="60" width="100" x="210" y="2096.5" as="geometry" />
+         <mxCell id="-hY4OvKay7_CAMQPIOxO-9" parent="1" style="whiteSpace=wrap;html=1;strokeWidth=1;rounded=1;arcSize=14;absoluteArcSize=1;fillColor=#d5e8d4;strokeColor=#82b366;" value="Optional: &lt;br&gt;validate evenness with&lt;br&gt;sweep_a" vertex="1">
+           <mxGeometry height="60" width="120" x="200" y="1961.83" as="geometry" />
+         </mxCell>
+         <mxCell id="-hY4OvKay7_CAMQPIOxO-11" parent="1" style="strokeWidth=1;html=1;shape=mxgraph.flowchart.terminator;whiteSpace=wrap;" value="End" vertex="1">
+           <mxGeometry height="60" width="100" x="210" y="2141.83" as="geometry" />
        </mxCell>
        <mxCell id="yzWLUrRVBPCjE_x2O5sb-9" edge="1" parent="1" source="_VjE9AJelsqWNRG-cR2B-52" style="edgeStyle=orthogonalEdgeStyle;rounded=0;orthogonalLoop=1;jettySize=auto;html=1;exitX=0;exitY=0.5;exitDx=0;exitDy=0;entryX=0.5;entryY=0;entryDx=0;entryDy=0;entryPerimeter=0;" target="_VjE9AJelsqWNRG-cR2B-42">
          <mxGeometry relative="1" as="geometry">
            <Array as="points">
-               <mxPoint x="260" y="940" />
+               <mxPoint x="260" y="985.33" />
            </Array>
          </mxGeometry>
        </mxCell>
        <mxCell id="yzWLUrRVBPCjE_x2O5sb-18" edge="1" parent="1" source="yzWLUrRVBPCjE_x2O5sb-15" style="edgeStyle=orthogonalEdgeStyle;rounded=0;orthogonalLoop=1;jettySize=auto;html=1;" target="yzWLUrRVBPCjE_x2O5sb-17" value="">
          <mxGeometry relative="1" as="geometry" />
        </mxCell>
-         <mxCell id="yzWLUrRVBPCjE_x2O5sb-15" parent="1" style="whiteSpace=wrap;html=1;strokeWidth=1;rounded=1;arcSize=14;absoluteArcSize=1;fillColor=#d5e8d4;strokeColor=#82b366;" value="XY-Offsets mit&lt;div&gt;probe_c_centre setzen&lt;/div&gt;" vertex="1">
-           <mxGeometry height="60" width="120" x="200" y="1710" as="geometry" />
-         </mxCell>
        <mxCell id="yzWLUrRVBPCjE_x2O5sb-19" edge="1" parent="1" source="yzWLUrRVBPCjE_x2O5sb-17" style="edgeStyle=orthogonalEdgeStyle;rounded=0;orthogonalLoop=1;jettySize=auto;html=1;exitX=0.5;exitY=1;exitDx=0;exitDy=0;entryX=0.5;entryY=0;entryDx=0;entryDy=0;" target="-hY4OvKay7_CAMQPIOxO-9">
          <mxGeometry relative="1" as="geometry" />
        </mxCell>
-         <mxCell id="yzWLUrRVBPCjE_x2O5sb-17" parent="1" style="whiteSpace=wrap;html=1;strokeWidth=1;rounded=1;arcSize=14;absoluteArcSize=1;fillColor=#d5e8d4;strokeColor=#82b366;" value="C-Achsen Offsets mit calibrate_c_zero setzen" vertex="1">
-           <mxGeometry height="60" width="120" x="200" y="1816.5" as="geometry" />
+         <mxCell id="yzWLUrRVBPCjE_x2O5sb-17" parent="1" style="whiteSpace=wrap;html=1;strokeWidth=1;rounded=1;arcSize=14;absoluteArcSize=1;fillColor=#d5e8d4;strokeColor=#82b366;" value="Set C-Axis Offsets with calibrate_c_zero" vertex="1">
+           <mxGeometry height="60" width="120" x="200" y="1861.83" as="geometry" />
        </mxCell>
        <mxCell id="FIi98QtTblRB16goCm3a-4" parent="1" style="whiteSpace=wrap;html=1;strokeWidth=1;rounded=1;arcSize=14;absoluteArcSize=1;fillColor=#d5e8d4;strokeColor=#82b366;" value="Optional: &lt;br&gt;diff_pin_heatbed" vertex="1">
-           <mxGeometry height="60" width="120" x="200" y="2006.5" as="geometry" />
+           <mxGeometry height="60" width="120" x="200" y="2051.83" as="geometry" />
        </mxCell>
        <mxCell id="FIi98QtTblRB16goCm3a-6" edge="1" parent="1" source="FIi98QtTblRB16goCm3a-4" style="edgeStyle=orthogonalEdgeStyle;rounded=0;orthogonalLoop=1;jettySize=auto;html=1;exitX=0.5;exitY=1;exitDx=0;exitDy=0;entryX=0.5;entryY=0;entryDx=0;entryDy=0;entryPerimeter=0;" target="-hY4OvKay7_CAMQPIOxO-11">
          <mxGeometry relative="1" as="geometry" />
        </mxCell>
-         <mxCell id="FIi98QtTblRB16goCm3a-8" parent="1" style="text;html=1;whiteSpace=wrap;strokeColor=none;fillColor=none;align=center;verticalAlign=middle;rounded=0;" value="Nur falls&lt;div&gt;Δh von A-Achse zu Bauplattform&lt;/div&gt;&lt;div&gt;benötigt wird&lt;/div&gt;" vertex="1">
-           <mxGeometry height="30" width="140" x="330" y="2021.5" as="geometry" />
+         <mxCell id="FIi98QtTblRB16goCm3a-8" parent="1" style="text;html=1;whiteSpace=wrap;strokeColor=none;fillColor=none;align=center;verticalAlign=middle;rounded=0;" value="&lt;div&gt;Only if&lt;/div&gt;&lt;div&gt;Δh from the A-axis to the build platform&lt;/div&gt;&lt;div&gt;is required&lt;/div&gt;" vertex="1">
+           <mxGeometry height="30" width="140" x="330" y="2066.83" as="geometry" />
        </mxCell>
        <mxCell id="FIi98QtTblRB16goCm3a-20" edge="1" parent="1" source="FIi98QtTblRB16goCm3a-15" style="edgeStyle=orthogonalEdgeStyle;rounded=0;orthogonalLoop=1;jettySize=auto;html=1;exitX=0.5;exitY=1;exitDx=0;exitDy=0;exitPerimeter=0;entryX=0.5;entryY=0;entryDx=0;entryDy=0;" target="yzWLUrRVBPCjE_x2O5sb-15">
          <mxGeometry relative="1" as="geometry" />
        </mxCell>
-         <mxCell id="FIi98QtTblRB16goCm3a-15" parent="1" style="strokeWidth=1;html=1;shape=mxgraph.flowchart.decision;whiteSpace=wrap;rounded=1;align=center;verticalAlign=middle;arcSize=14;absoluteArcSize=1;fontFamily=Helvetica;fontSize=12;fillColor=#d5e8d4;strokeColor=#82b366;" value="T2 und Fixtureplate ausgewählt?" vertex="1">
-           <mxGeometry height="80" width="160" x="180" y="1590" as="geometry" />
+         <mxCell id="JWglA3OigvHA6jABu2zU-4" connectable="0" parent="FIi98QtTblRB16goCm3a-20" style="edgeLabel;html=1;align=center;verticalAlign=middle;resizable=0;points=[];" value="Yes" vertex="1">
+           <mxGeometry relative="1" x="-0.0837" y="1" as="geometry">
+             <mxPoint as="offset" />
+           </mxGeometry>
+         </mxCell>
+         <mxCell id="FIi98QtTblRB16goCm3a-15" parent="1" style="strokeWidth=1;html=1;shape=mxgraph.flowchart.decision;whiteSpace=wrap;rounded=1;align=center;verticalAlign=middle;arcSize=14;absoluteArcSize=1;fontFamily=Helvetica;fontSize=12;fillColor=#d5e8d4;strokeColor=#82b366;" value="T2 and Fixtureplate selected?" vertex="1">
+           <mxGeometry height="80" width="160" x="180" y="1635.33" as="geometry" />
        </mxCell>
        <mxCell id="FIi98QtTblRB16goCm3a-16" edge="1" parent="1" source="-hY4OvKay7_CAMQPIOxO-5" style="edgeStyle=orthogonalEdgeStyle;rounded=0;orthogonalLoop=1;jettySize=auto;html=1;exitX=0.5;exitY=1;exitDx=0;exitDy=0;exitPerimeter=0;entryX=0.5;entryY=0;entryDx=0;entryDy=0;entryPerimeter=0;" target="FIi98QtTblRB16goCm3a-15">
          <mxGeometry relative="1" as="geometry" />
        </mxCell>
+         <mxCell id="JWglA3OigvHA6jABu2zU-5" connectable="0" parent="FIi98QtTblRB16goCm3a-16" style="edgeLabel;html=1;align=center;verticalAlign=middle;resizable=0;points=[];" value="Yes" vertex="1">
+           <mxGeometry relative="1" x="-0.111" y="1" as="geometry">
+             <mxPoint as="offset" />
+           </mxGeometry>
+         </mxCell>
        <mxCell id="FIi98QtTblRB16goCm3a-17" edge="1" parent="1" source="FIi98QtTblRB16goCm3a-15" style="edgeStyle=orthogonalEdgeStyle;rounded=0;orthogonalLoop=1;jettySize=auto;html=1;exitX=1;exitY=0.5;exitDx=0;exitDy=0;exitPerimeter=0;entryX=0.5;entryY=0;entryDx=0;entryDy=0;entryPerimeter=0;" target="_VjE9AJelsqWNRG-cR2B-31">
          <mxGeometry relative="1" as="geometry">
            <Array as="points">
-               <mxPoint x="480" y="1630" />
-               <mxPoint x="480" y="700" />
-               <mxPoint x="260" y="700" />
-             </Array>
-           </mxGeometry>
-         </mxCell>
-         <mxCell id="FIi98QtTblRB16goCm3a-18" connectable="0" parent="FIi98QtTblRB16goCm3a-17" style="edgeLabel;html=1;align=center;verticalAlign=middle;resizable=0;points=[];" value="Nein" vertex="1">
+               <mxPoint x="480" y="1675.33" />
+               <mxPoint x="480" y="745.33" />
+               <mxPoint x="260" y="745.33" />
+             </Array>
+           </mxGeometry>
+         </mxCell>
+         <mxCell id="FIi98QtTblRB16goCm3a-18" connectable="0" parent="FIi98QtTblRB16goCm3a-17" style="edgeLabel;html=1;align=center;verticalAlign=middle;resizable=0;points=[];" value="No" vertex="1">
          <mxGeometry relative="1" x="-0.9178" as="geometry">
            <mxPoint as="offset" />
          </mxGeometry>
        </mxCell>
-         <mxCell id="FIi98QtTblRB16goCm3a-28" connectable="0" parent="FIi98QtTblRB16goCm3a-17" style="edgeLabel;html=1;align=center;verticalAlign=middle;resizable=0;points=[];" value="Auswählen von T2 &amp;amp; Fixtureplate" vertex="1">
+         <mxCell id="FIi98QtTblRB16goCm3a-28" connectable="0" parent="FIi98QtTblRB16goCm3a-17" style="edgeLabel;html=1;align=center;verticalAlign=middle;resizable=0;points=[];" value="choose T2 &amp;amp; fixtureplate" vertex="1">
          <mxGeometry relative="1" x="0.7933" as="geometry">
            <mxPoint as="offset" />
          </mxGeometry>
        </mxCell>
-         <mxCell id="FIi98QtTblRB16goCm3a-22" parent="1" style="text;html=1;whiteSpace=wrap;strokeColor=none;fillColor=none;align=center;verticalAlign=middle;rounded=0;" value="&amp;nbsp;Substitute als fertiges Makro: _calibrate_plate" vertex="1">
+         <mxCell id="FIi98QtTblRB16goCm3a-22" parent="1" style="text;html=1;whiteSpace=wrap;strokeColor=none;fillColor=none;align=center;verticalAlign=middle;rounded=0;" value="&amp;nbsp;Substitute as complete macro: _calibrate_plate" vertex="1">
          <mxGeometry height="30" width="60" x="20" y="1595" as="geometry" />
        </mxCell>
-         <mxCell id="FIi98QtTblRB16goCm3a-25" parent="1" style="whiteSpace=wrap;html=1;strokeWidth=1;rounded=1;arcSize=14;absoluteArcSize=1;fillColor=#d5e8d4;strokeColor=#82b366;" value="Software&lt;div&gt;Kalibrierung&lt;/div&gt;" vertex="1">
-           <mxGeometry height="60" width="120" x="690" y="2096.5" as="geometry" />
-         </mxCell>
-         <mxCell id="FIi98QtTblRB16goCm3a-26" parent="1" style="whiteSpace=wrap;html=1;strokeWidth=1;rounded=1;arcSize=14;absoluteArcSize=1;fillColor=#dae8fc;strokeColor=#6c8ebf;" value="Hardware&lt;br&gt;Kalibrierung" vertex="1">
-           <mxGeometry height="60" width="120" x="690" y="2020" as="geometry" />
-         </mxCell>
-         <mxCell id="FIi98QtTblRB16goCm3a-27" parent="1" style="text;html=1;whiteSpace=wrap;strokeColor=none;fillColor=none;align=center;verticalAlign=middle;rounded=0;" value="Legende:" vertex="1">
-           <mxGeometry height="30" width="60" x="620" y="2021.5" as="geometry" />
-         </mxCell>
-         <mxCell id="FIi98QtTblRB16goCm3a-30" connectable="0" parent="1" style="group" value="" vertex="1">
-           <mxGeometry height="570" width="320" x="100" y="1320" as="geometry" />
-         </mxCell>
-         <mxCell id="FIi98QtTblRB16goCm3a-21" parent="FIi98QtTblRB16goCm3a-30" style="shape=curlyBracket;whiteSpace=wrap;html=1;rounded=1;labelPosition=left;verticalLabelPosition=middle;align=right;verticalAlign=middle;" value="" vertex="1">
-           <mxGeometry height="569.9999999999999" width="30" as="geometry" />
-         </mxCell>
-         <mxCell id="FIi98QtTblRB16goCm3a-29" parent="FIi98QtTblRB16goCm3a-30" style="whiteSpace=wrap;html=1;fillColor=#B3B3B3;fillStyle=hatch;gradientColor=none;opacity=30;noLabel=0;fixDash=0;container=0;dropTarget=0;" value="" vertex="1">
-           <mxGeometry height="569.9999999999999" width="290" x="30" as="geometry" />
+         <mxCell id="FIi98QtTblRB16goCm3a-25" parent="1" style="whiteSpace=wrap;html=1;strokeWidth=1;rounded=1;arcSize=14;absoluteArcSize=1;fillColor=#d5e8d4;strokeColor=#82b366;" value="Software&lt;div&gt;calibration&lt;/div&gt;" vertex="1">
+           <mxGeometry height="60" width="120" x="690" y="2128.33" as="geometry" />
+         </mxCell>
+         <mxCell id="FIi98QtTblRB16goCm3a-26" parent="1" style="whiteSpace=wrap;html=1;strokeWidth=1;rounded=1;arcSize=14;absoluteArcSize=1;fillColor=#dae8fc;strokeColor=#6c8ebf;" value="Hardware&lt;br&gt;calibration" vertex="1">
+           <mxGeometry height="60" width="120" x="690" y="2051.83" as="geometry" />
+         </mxCell>
+         <mxCell id="FIi98QtTblRB16goCm3a-27" parent="1" style="text;html=1;whiteSpace=wrap;strokeColor=none;fillColor=none;align=center;verticalAlign=middle;rounded=0;" value="Legend:" vertex="1">
+           <mxGeometry height="30" width="60" x="620" y="2053.33" as="geometry" />
        </mxCell>
      </root>
    </mxGraphModel>
  </diagram>
</mxfile>
